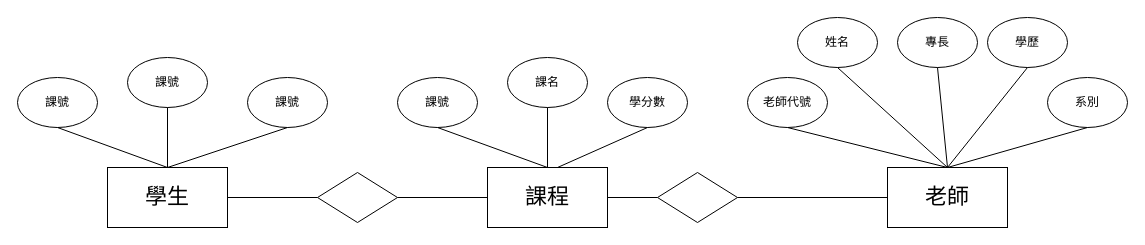
The draw.io diagram 未命名绘图.drawio in Jimmy0108/MCU_homework, before the edit. Source tidied: cells renumbered, new cells numbered last; positions are measured from the earlier drawing's top-left corner, leaving out a move shared by most shapes. Both pictures are drawn from the tidied source at 100%, with x=0, y=0 at pixel (17, 17).
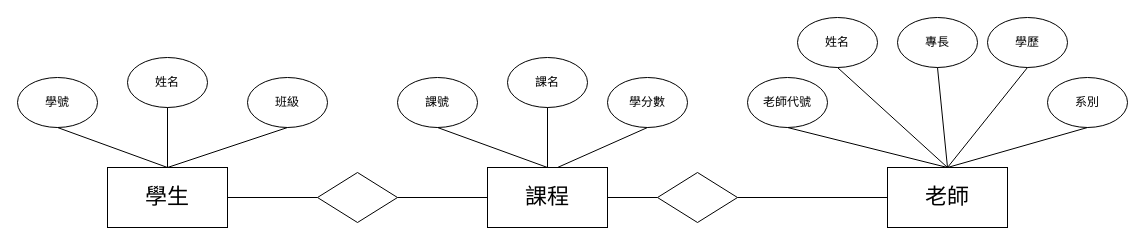
After the change.

Commit message:
更新未命名绘图.drawio

Diff of the diagram source:
```diff
@@
-    <mxCell id="21" value="課號" style="ellipse;whiteSpace=wrap;html=1;" parent="1" vertex="1">
+    <mxCell id="21" value="學號" style="ellipse;whiteSpace=wrap;html=1;" parent="1" vertex="1">
       <mxGeometry y="60" width="80" height="50" as="geometry" />
     </mxCell>
-    <mxCell id="22" value="課號" style="ellipse;whiteSpace=wrap;html=1;" parent="1" vertex="1">
+    <mxCell id="22" value="姓名" style="ellipse;whiteSpace=wrap;html=1;" parent="1" vertex="1">
       <mxGeometry x="110" y="40" width="80" height="50" as="geometry" />
     </mxCell>
-    <mxCell id="23" value="課號" style="ellipse;whiteSpace=wrap;html=1;" parent="1" vertex="1">
+    <mxCell id="23" value="班級" style="ellipse;whiteSpace=wrap;html=1;" parent="1" vertex="1">
       <mxGeometry x="230" y="60" width="80" height="50" as="geometry" />
     </mxCell>
```
